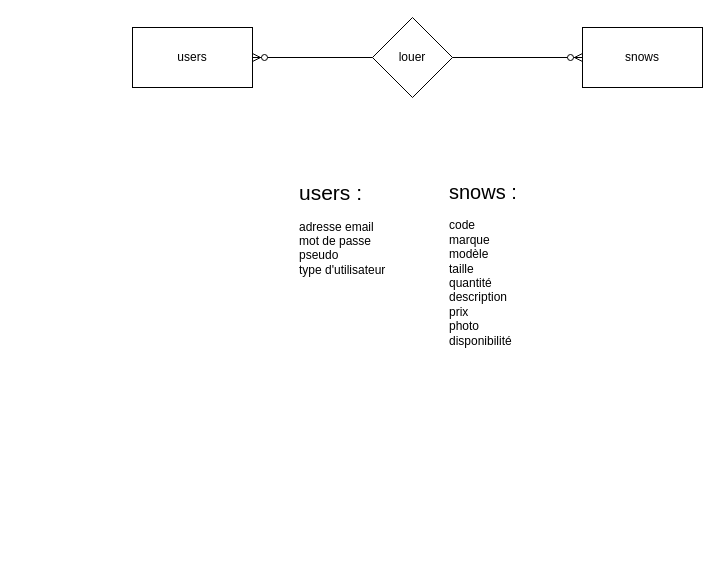
The draw.io diagram page "MCD" (1 of 2) of Documentation/modèlesDB.drawio in KevinAlvesLufky/ProjetWeb_BDD, before the edit. Source tidied: cells renumbered, new cells numbered last; positions are measured from the earlier drawing's top-left corner, leaving out a move shared by most shapes. Both pictures are drawn from the tidied source at 100%, with x=0, y=0 at pixel (132, 17).
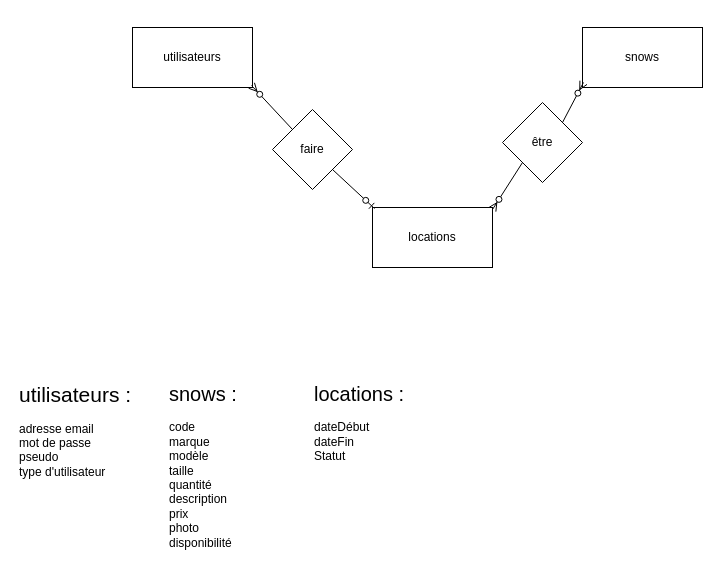
Above is the later version.

The edit, as a diff of the source:
```diff
@@
 <mxGraphModel>
   <root>
     <mxCell id="0" />
     <mxCell id="1" parent="0" />
     <mxCell id="2" value="snows" style="rounded=0;whiteSpace=wrap;html=1;" parent="1" vertex="1">
       <mxGeometry x="450" y="10" width="120" height="60" as="geometry" />
     </mxCell>
-    <mxCell id="3" value="users" style="rounded=0;whiteSpace=wrap;html=1;" parent="1" vertex="1">
+    <mxCell id="3" value="utilisateurs" style="rounded=0;whiteSpace=wrap;html=1;" parent="1" vertex="1">
       <mxGeometry y="10" width="120" height="60" as="geometry" />
     </mxCell>
-    <mxCell id="4" value="louer" style="rhombus;whiteSpace=wrap;html=1;" parent="1" vertex="1">
-      <mxGeometry x="240" width="80" height="80" as="geometry" />
-    </mxCell>
-    <mxCell id="5" style="endArrow=none;html=1;exitX=1;exitY=0.5;exitDx=0;exitDy=0;entryX=0;entryY=0.5;entryDx=0;entryDy=0;startArrow=ERzeroToMany;startFill=1;" parent="1" edge="1" source="3" target="4">
-      <mxGeometry relative="1" as="geometry" />
-    </mxCell>
-    <mxCell id="6" style="endArrow=ERzeroToMany;html=1;exitX=1;exitY=0.5;exitDx=0;exitDy=0;endFill=1;" parent="1" edge="1" source="4">
-      <mxGeometry relative="1" as="geometry">
-        <mxPoint x="450" y="40" as="targetPoint" />
-      </mxGeometry>
-    </mxCell>
-    <mxCell id="7" value="&lt;font style=&quot;font-size: 21px&quot;&gt;&lt;font style=&quot;font-size: 21px&quot;&gt;users &lt;/font&gt;:&lt;/font&gt;&lt;br&gt;&lt;br&gt;adresse email&amp;nbsp;&lt;br&gt;mot de passe&lt;br&gt;pseudo&lt;br&gt;type d'utilisateur&lt;br&gt;" style="text;html=1;align=left;verticalAlign=top;spacingTop=-4;" parent="1" vertex="1">
-      <mxGeometry x="165" y="160" width="100" height="90" as="geometry" />
+    <mxCell id="7" value="&lt;font style=&quot;font-size: 21px&quot;&gt;&lt;font style=&quot;font-size: 21px&quot;&gt;utilisateurs&amp;nbsp;&lt;/font&gt;:&lt;/font&gt;&lt;br&gt;&lt;br&gt;adresse email&amp;nbsp;&lt;br&gt;mot de passe&lt;br&gt;pseudo&lt;br&gt;type d'utilisateur&lt;br&gt;" style="text;html=1;align=left;verticalAlign=top;spacingTop=-4;" parent="1" vertex="1">
+      <mxGeometry x="-115" y="362" width="130" height="90" as="geometry" />
     </mxCell>
     <mxCell id="8" value="&lt;font style=&quot;font-size: 20px&quot;&gt;snows :&lt;br&gt;&lt;/font&gt;&lt;br&gt;code&lt;br&gt;marque&lt;br&gt;modèle&lt;br&gt;taille&lt;br&gt;quantité&lt;br&gt;description&lt;br&gt;prix&lt;br&gt;photo&lt;br&gt;disponibilité&lt;br&gt;&lt;br&gt;" style="text;html=1;align=left;verticalAlign=top;spacingTop=-4;" parent="1" vertex="1">
-      <mxGeometry x="315" y="160" width="80" height="170" as="geometry" />
+      <mxGeometry x="35" y="362" width="80" height="170" as="geometry" />
     </mxCell>
+    <mxCell id="9" value="locations" style="rounded=0;whiteSpace=wrap;html=1;" parent="1" vertex="1">
+      <mxGeometry x="240" y="190" width="120" height="60" as="geometry" />
+    </mxCell>
+    <mxCell id="10" value="&lt;font style=&quot;font-size: 20px&quot;&gt;locations :&lt;br&gt;&lt;/font&gt;&lt;br&gt;dateDébut&lt;br&gt;dateFin&lt;br&gt;Statut&lt;br&gt;&lt;br&gt;&lt;br&gt;" style="text;html=1;align=left;verticalAlign=top;spacingTop=-4;" parent="1" vertex="1">
+      <mxGeometry x="180" y="362" width="110" height="100" as="geometry" />
+    </mxCell>
+    <mxCell id="11" style="endArrow=none;html=1;exitX=0.017;exitY=0.017;exitDx=0;exitDy=0;exitPerimeter=0;entryX=1;entryY=1;entryDx=0;entryDy=0;startArrow=ERzeroToOne;startFill=1;" parent="1" edge="1" source="9" target="13">
+      <mxGeometry relative="1" as="geometry" />
+    </mxCell>
+    <mxCell id="12" style="endArrow=none;html=1;exitX=1;exitY=0.033;exitDx=0;exitDy=0;exitPerimeter=0;entryX=0;entryY=1;entryDx=0;entryDy=0;endFill=0;startArrow=ERzeroToMany;startFill=1;" parent="1" edge="1" source="9" target="14">
+      <mxGeometry relative="1" as="geometry" />
+    </mxCell>
+    <mxCell id="13" value="faire" style="rhombus;whiteSpace=wrap;html=1;" parent="1" vertex="1">
+      <mxGeometry x="140" y="92" width="80" height="80" as="geometry" />
+    </mxCell>
+    <mxCell id="14" value="être" style="rhombus;whiteSpace=wrap;html=1;" parent="1" vertex="1">
+      <mxGeometry x="370" y="85" width="80" height="80" as="geometry" />
+    </mxCell>
+    <mxCell id="15" style="endArrow=ERzeroToMany;html=1;entryX=0.992;entryY=0.967;entryDx=0;entryDy=0;entryPerimeter=0;exitX=0;exitY=0;exitDx=0;exitDy=0;startArrow=none;startFill=0;endFill=1;" parent="1" edge="1" source="13" target="3">
+      <mxGeometry relative="1" as="geometry" />
+    </mxCell>
+    <mxCell id="16" style="endArrow=none;html=1;exitX=0.008;exitY=0.917;exitDx=0;exitDy=0;exitPerimeter=0;entryX=1;entryY=0;entryDx=0;entryDy=0;startArrow=ERzeroToMany;startFill=1;" parent="1" edge="1" source="2" target="14">
+      <mxGeometry relative="1" as="geometry" />
+    </mxCell>
   </root>
 </mxGraphModel>
```
